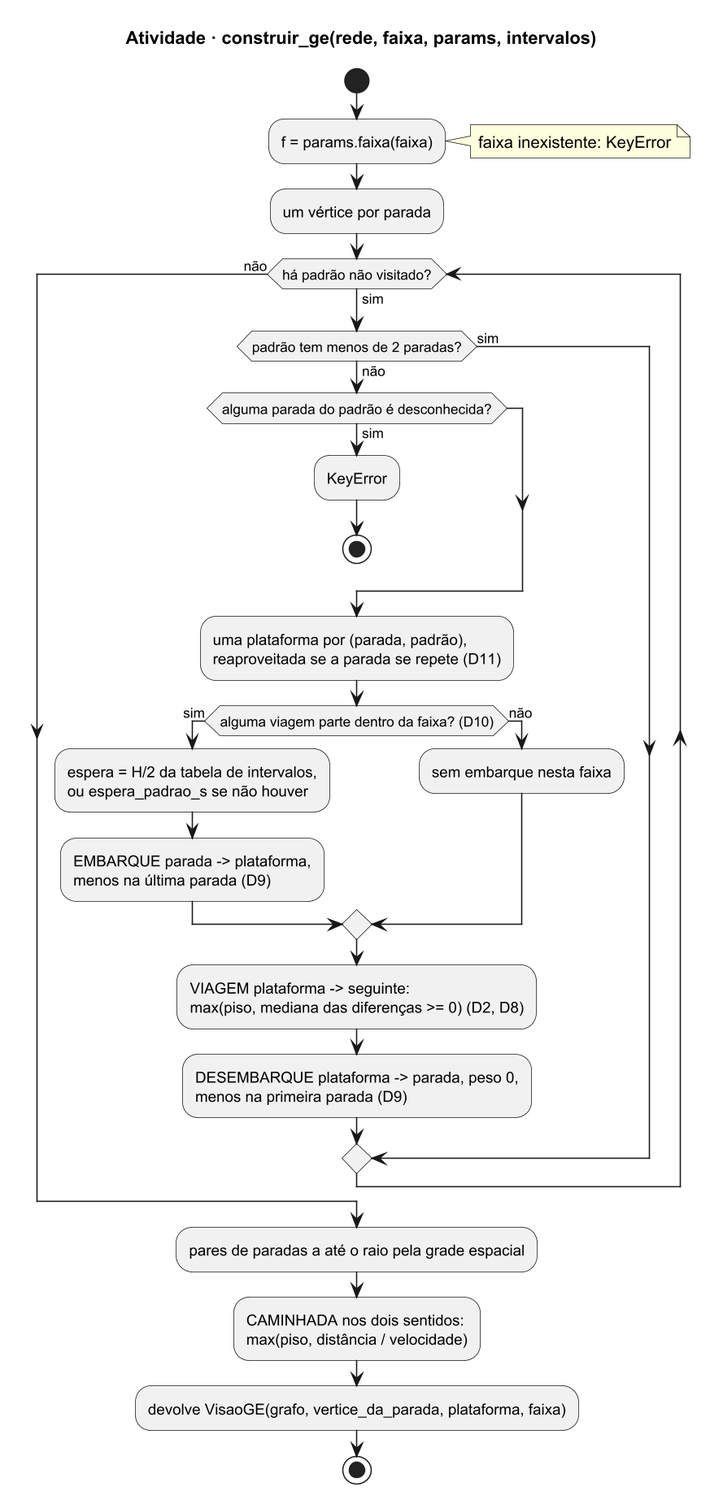
Earlier version of the PlantUML export docs/diagramas/atividade-construir-ge.png (henriquegdc/grafos-transporte-bh). The source it was exported from:
```plantuml
@startuml atividade-construir-ge
!pragma layout smetana
skinparam dpi 150
title Atividade · construir_ge(rede, faixa, params, intervalos)

start
:f = params.faixa(faixa);
note right: faixa inexistente: KeyError
:um vértice por parada;
while (há padrão não visitado?) is (sim)
  if (padrão tem menos de 2 paradas?) then (sim)
  else (não)
    if (alguma parada do padrão é desconhecida?) then (sim)
      :KeyError;
      stop
    endif
    :uma plataforma por (parada, padrão),
    reaproveitada se a parada se repete (D11);
    if (alguma viagem parte dentro da faixa? (D10)) then (sim)
      :espera = H/2 da tabela de intervalos,
      ou espera_padrao_s se não houver;
      :EMBARQUE parada -> plataforma,
      menos na última parada (D9);
    else (não)
      :sem embarque nesta faixa;
    endif
    :VIAGEM plataforma -> seguinte:
    max(piso, mediana das diferenças >= 0) (D2, D8);
    :DESEMBARQUE plataforma -> parada, peso 0,
    menos na primeira parada (D9);
  endif
endwhile (não)
:pares de paradas a até o raio pela grade espacial;
:CAMINHADA nos dois sentidos:
max(piso, distância / velocidade);
:devolve VisaoGE(grafo, vertice_da_parada, plataforma, faixa);
stop
@enduml
```
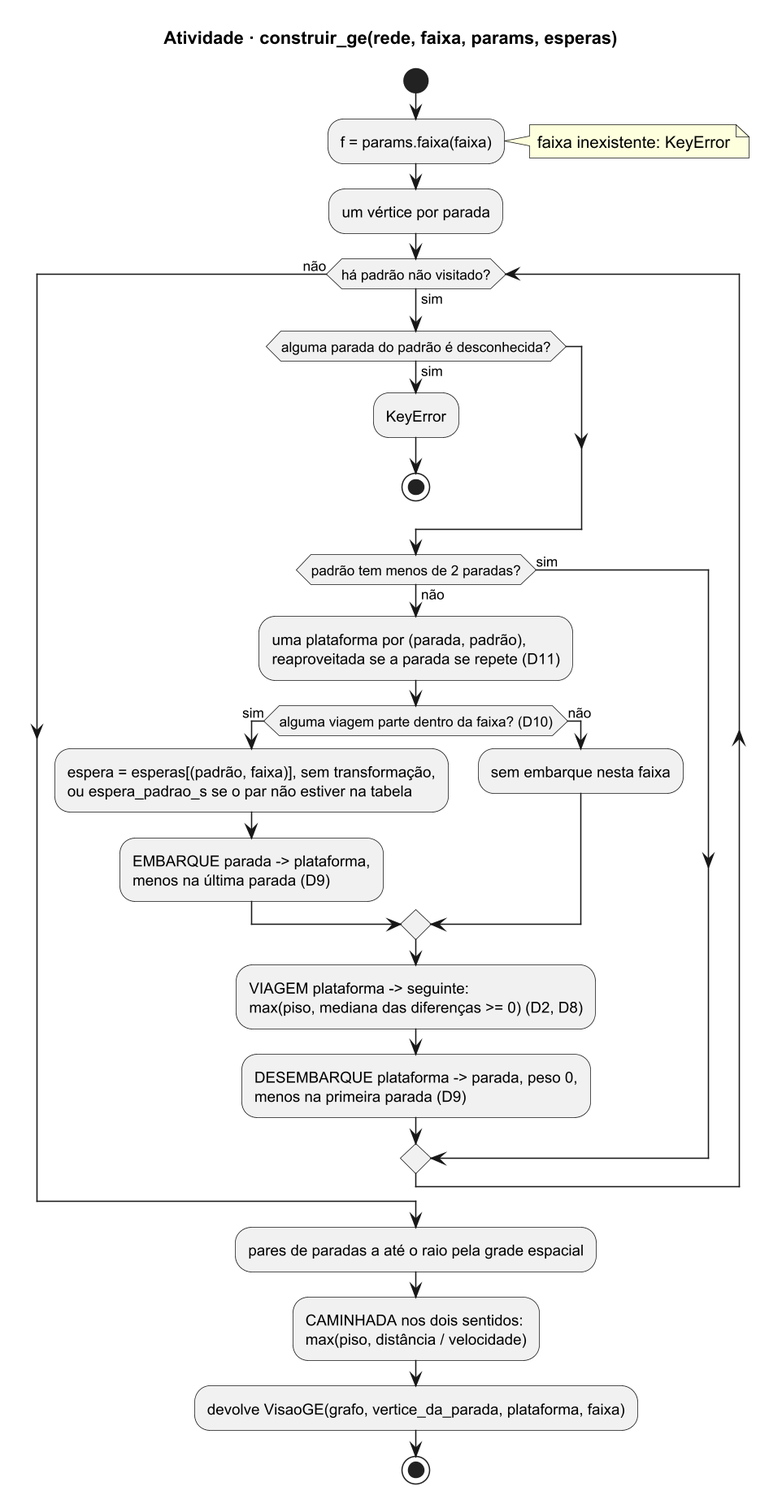
Later version of the same file.

Commit message:
docs(P0-MODELO): atividade-construir-ge.png regenerado com esperas; timeline e pendência da Figura 3

Diff of the diagram source:
```diff
@@ -1,24 +1,24 @@
 @startuml atividade-construir-ge
 !pragma layout smetana
 skinparam dpi 150
-title Atividade · construir_ge(rede, faixa, params, intervalos)
+title Atividade · construir_ge(rede, faixa, params, esperas)
 
 start
 :f = params.faixa(faixa);
 note right: faixa inexistente: KeyError
 :um vértice por parada;
 while (há padrão não visitado?) is (sim)
+  if (alguma parada do padrão é desconhecida?) then (sim)
+    :KeyError;
+    stop
+  endif
   if (padrão tem menos de 2 paradas?) then (sim)
   else (não)
-    if (alguma parada do padrão é desconhecida?) then (sim)
-      :KeyError;
-      stop
-    endif
     :uma plataforma por (parada, padrão),
     reaproveitada se a parada se repete (D11);
     if (alguma viagem parte dentro da faixa? (D10)) then (sim)
-      :espera = H/2 da tabela de intervalos,
-      ou espera_padrao_s se não houver;
+      :espera = esperas[(padrão, faixa)], sem transformação,
+      ou espera_padrao_s se o par não estiver na tabela;
       :EMBARQUE parada -> plataforma,
       menos na última parada (D9);
     else (não)
```
